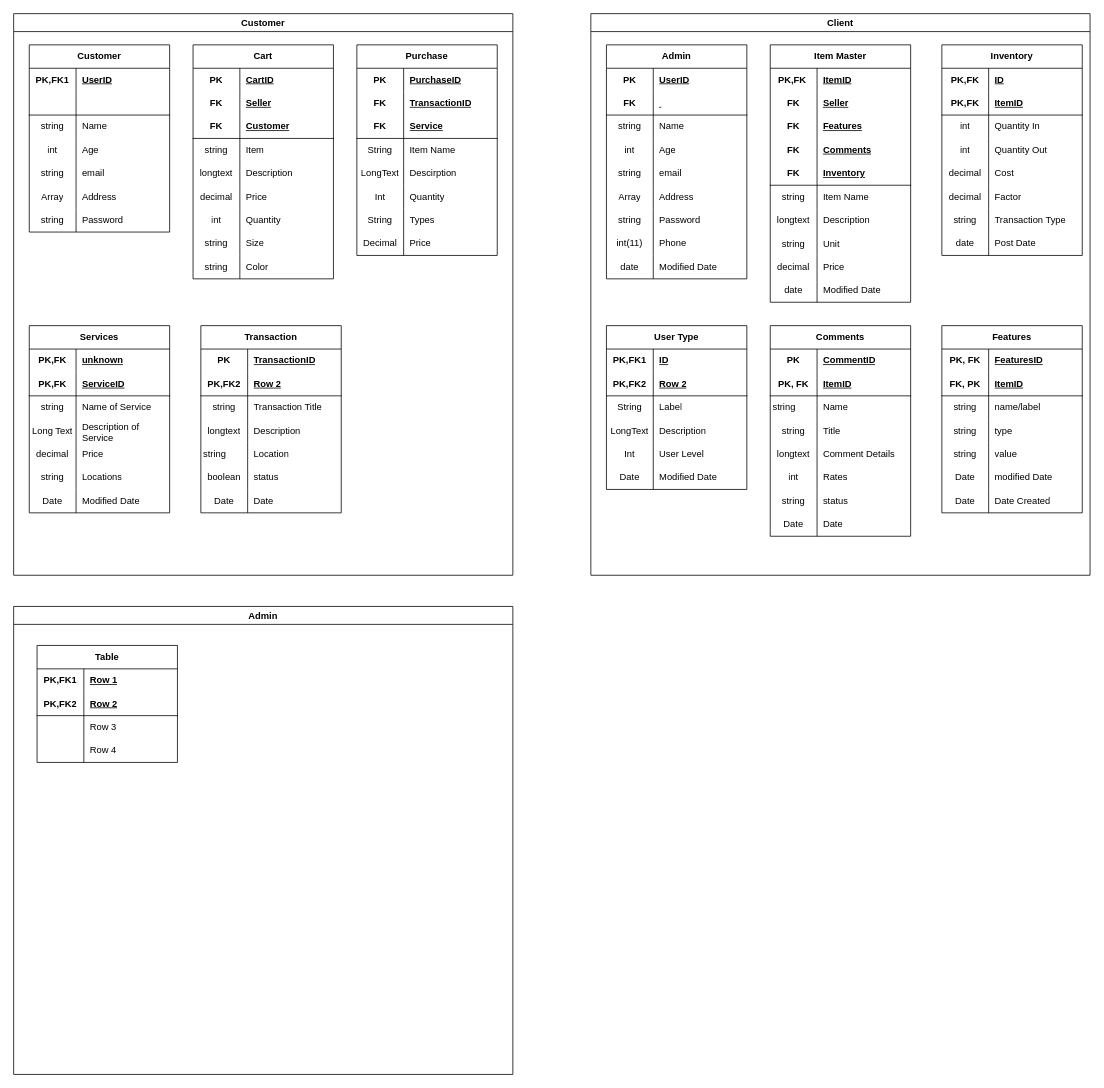
Above: Untitled Diagram.drawio in clydeaaron/ERD (draw.io), before the change. Source tidied: cells renumbered, new cells numbered last; positions are measured from the earlier drawing's top-left corner, leaving out a move shared by most shapes. Both pictures are drawn from the tidied source at 78%, with x=0, y=0 at pixel (13, 13).
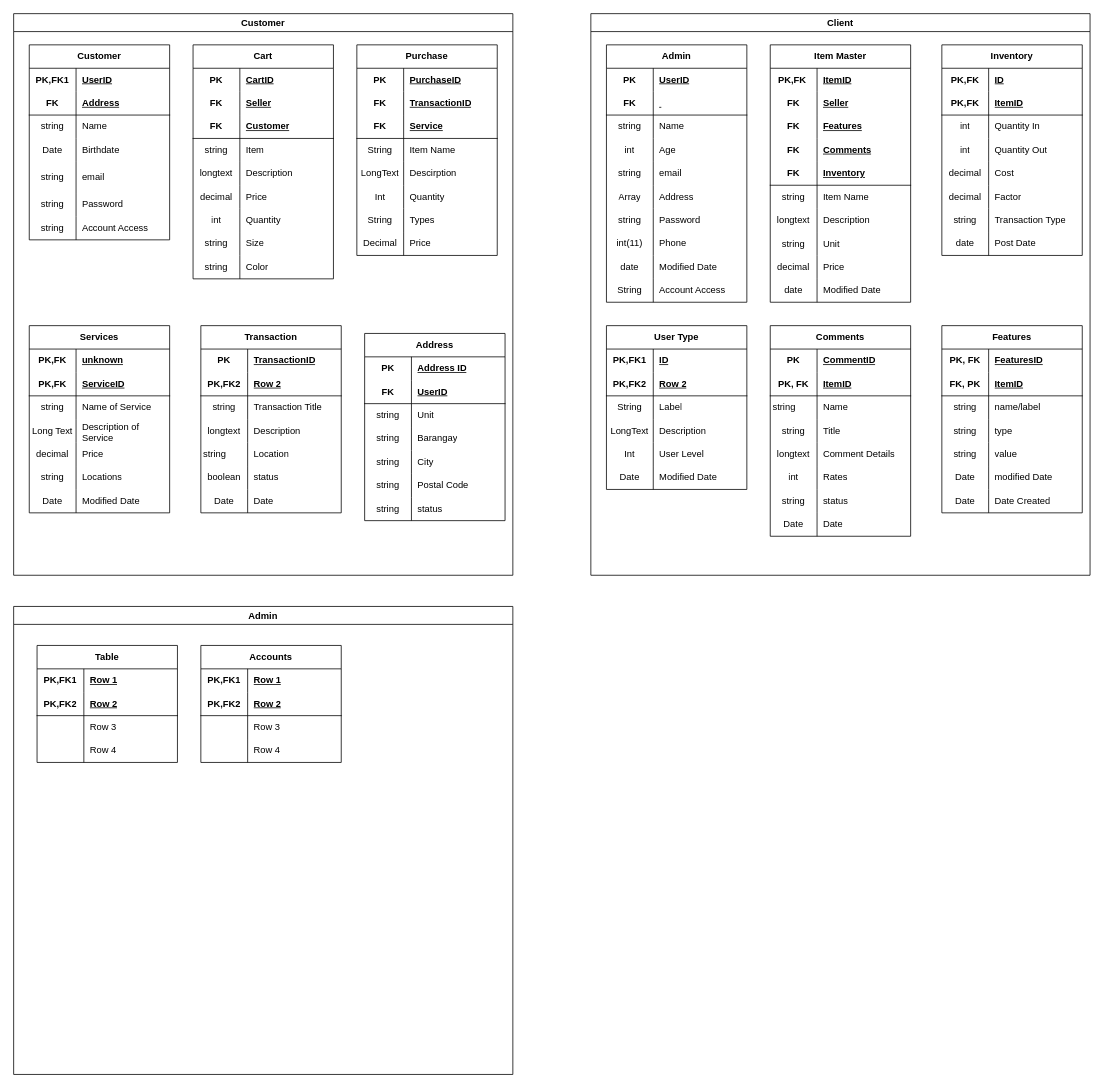
After the change.

Commit message:
Citrus ERD

Unchanged cells that the change refers to:
```xml
<mxCell id="2" value="Customer" style="swimlane;whiteSpace=wrap;html=1;fillColor=#FFFFFF;" parent="1" vertex="1">
  <mxGeometry width="640" height="720" as="geometry" />
</mxCell>
<mxCell id="7" style="shape=tableRow;horizontal=0;startSize=0;swimlaneHead=0;swimlaneBody=0;fillColor=none;top=0;left=0;right=0;bottom=1;html=1;" parent="3" vertex="1">
  <mxGeometry y="60" width="180" height="30" as="geometry" />
</mxCell>
<mxCell id="13" style="shape=tableRow;horizontal=0;startSize=0;swimlaneHead=0;swimlaneBody=0;fillColor=none;top=0;left=0;right=0;bottom=0;html=1;" parent="3" vertex="1">
  <mxGeometry y="120" width="180" height="30" as="geometry" />
</mxCell>
<mxCell id="122" value="Client" style="swimlane;whiteSpace=wrap;html=1;fillColor=#FFFFFF;" parent="1" vertex="1">
  <mxGeometry x="740" width="640" height="720" as="geometry" />
</mxCell>
<mxCell id="273" value="Admin" style="swimlane;whiteSpace=wrap;html=1;" parent="1" vertex="1">
  <mxGeometry y="760" width="640" height="600" as="geometry" />
</mxCell>
```

What changed in the source:
```diff
@@
     <mxCell id="3" value="Customer" style="shape=table;startSize=30;childLayout=tableLayout;rowLines=0;fontStyle=1;align=center;html=1;whiteSpace=wrap;" parent="2" vertex="1">
-      <mxGeometry x="20" y="40" width="180" height="240" as="geometry" />
+      <mxGeometry x="20" y="40" width="180" height="250" as="geometry" />
     </mxCell>
@@
-    <mxCell id="8" style="shape=partialRectangle;fillColor=none;top=0;left=0;bottom=0;right=0;fontStyle=1;overflow=hidden;html=1;whiteSpace=wrap;" parent="7" vertex="1">
+    <mxCell id="8" value="FK" style="shape=partialRectangle;fillColor=none;top=0;left=0;bottom=0;right=0;fontStyle=1;overflow=hidden;html=1;whiteSpace=wrap;" parent="7" vertex="1">
       <mxGeometry width="60" height="30" as="geometry" />
     </mxCell>
-    <mxCell id="9" style="shape=partialRectangle;fillColor=none;top=0;left=0;bottom=0;right=0;align=left;spacingLeft=6;fontStyle=5;overflow=hidden;html=1;whiteSpace=wrap;" parent="7" vertex="1">
+    <mxCell id="9" value="Address" style="shape=partialRectangle;fillColor=none;top=0;left=0;bottom=0;right=0;align=left;spacingLeft=6;fontStyle=5;overflow=hidden;html=1;whiteSpace=wrap;" parent="7" vertex="1">
       <mxGeometry x="60" width="120" height="30" as="geometry" />
     </mxCell>
@@
-    <mxCell id="14" value="int" style="shape=partialRectangle;fillColor=none;top=0;left=0;bottom=0;right=0;overflow=hidden;html=1;whiteSpace=wrap;" parent="13" vertex="1">
+    <mxCell id="14" value="Date" style="shape=partialRectangle;fillColor=none;top=0;left=0;bottom=0;right=0;overflow=hidden;html=1;whiteSpace=wrap;" parent="13" vertex="1">
       <mxGeometry width="60" height="30" as="geometry" />
     </mxCell>
-    <mxCell id="15" value="Age" style="shape=partialRectangle;fillColor=none;top=0;left=0;bottom=0;right=0;align=left;spacingLeft=6;overflow=hidden;html=1;whiteSpace=wrap;" parent="13" vertex="1">
+    <mxCell id="15" value="Birthdate" style="shape=partialRectangle;fillColor=none;top=0;left=0;bottom=0;right=0;align=left;spacingLeft=6;overflow=hidden;html=1;whiteSpace=wrap;" parent="13" vertex="1">
       <mxGeometry x="60" width="120" height="30" as="geometry" />
     </mxCell>
     <mxCell id="16" style="shape=tableRow;horizontal=0;startSize=0;swimlaneHead=0;swimlaneBody=0;fillColor=none;top=0;left=0;right=0;bottom=0;" parent="3" vertex="1">
-      <mxGeometry y="150" width="180" height="30" as="geometry" />
+      <mxGeometry y="150" width="180" height="40" as="geometry" />
     </mxCell>
     <mxCell id="17" value="string" style="shape=partialRectangle;fillColor=none;top=0;left=0;bottom=0;right=0;fontStyle=0;overflow=hidden;whiteSpace=wrap;html=1;" parent="16" vertex="1">
-      <mxGeometry width="60" height="30" as="geometry" />
+      <mxGeometry width="60" height="40" as="geometry" />
     </mxCell>
     <mxCell id="18" value="email" style="shape=partialRectangle;fillColor=none;top=0;left=0;bottom=0;right=0;align=left;spacingLeft=6;fontStyle=0;overflow=hidden;whiteSpace=wrap;html=1;" parent="16" vertex="1">
-      <mxGeometry x="60" width="120" height="30" as="geometry" />
+      <mxGeometry x="60" width="120" height="40" as="geometry" />
     </mxCell>
     <mxCell id="19" style="shape=tableRow;horizontal=0;startSize=0;swimlaneHead=0;swimlaneBody=0;fillColor=none;top=0;left=0;right=0;bottom=0;" parent="3" vertex="1">
-      <mxGeometry y="180" width="180" height="30" as="geometry" />
+      <mxGeometry y="190" width="180" height="30" as="geometry" />
     </mxCell>
-    <mxCell id="20" value="Array" style="shape=partialRectangle;fillColor=none;top=0;left=0;bottom=0;right=0;fontStyle=0;overflow=hidden;whiteSpace=wrap;html=1;" parent="19" vertex="1">
+    <mxCell id="20" value="string" style="shape=partialRectangle;fillColor=none;top=0;left=0;bottom=0;right=0;fontStyle=0;overflow=hidden;whiteSpace=wrap;html=1;" parent="19" vertex="1">
       <mxGeometry width="60" height="30" as="geometry" />
     </mxCell>
-    <mxCell id="21" value="Address" style="shape=partialRectangle;fillColor=none;top=0;left=0;bottom=0;right=0;align=left;spacingLeft=6;fontStyle=0;overflow=hidden;whiteSpace=wrap;html=1;" parent="19" vertex="1">
+    <mxCell id="21" value="Password" style="shape=partialRectangle;fillColor=none;top=0;left=0;bottom=0;right=0;align=left;spacingLeft=6;fontStyle=0;overflow=hidden;whiteSpace=wrap;html=1;" parent="19" vertex="1">
       <mxGeometry x="60" width="120" height="30" as="geometry" />
     </mxCell>
     <mxCell id="22" style="shape=tableRow;horizontal=0;startSize=0;swimlaneHead=0;swimlaneBody=0;fillColor=none;top=0;left=0;right=0;bottom=0;" parent="3" vertex="1">
-      <mxGeometry y="210" width="180" height="30" as="geometry" />
+      <mxGeometry y="220" width="180" height="30" as="geometry" />
     </mxCell>
@@
-    <mxCell id="24" value="Password" style="shape=partialRectangle;fillColor=none;top=0;left=0;bottom=0;right=0;align=left;spacingLeft=6;fontStyle=0;overflow=hidden;whiteSpace=wrap;html=1;" parent="22" vertex="1">
+    <mxCell id="24" value="Account Access" style="shape=partialRectangle;fillColor=none;top=0;left=0;bottom=0;right=0;align=left;spacingLeft=6;fontStyle=0;overflow=hidden;whiteSpace=wrap;html=1;" parent="22" vertex="1">
       <mxGeometry x="60" width="120" height="30" as="geometry" />
     </mxCell>
@@
+    <mxCell id="287" value="Address" style="shape=table;startSize=30;childLayout=tableLayout;rowLines=0;fontStyle=1;align=center;html=1;whiteSpace=wrap;" parent="2" vertex="1">
+      <mxGeometry x="450" y="410" width="180" height="240" as="geometry" />
+    </mxCell>
+    <mxCell id="288" style="shape=tableRow;horizontal=0;startSize=0;swimlaneHead=0;swimlaneBody=0;fillColor=none;top=0;left=0;right=0;bottom=0;html=1;" parent="287" vertex="1">
+      <mxGeometry y="30" width="180" height="30" as="geometry" />
+    </mxCell>
+    <mxCell id="289" value="PK" style="shape=partialRectangle;fillColor=none;top=0;left=0;bottom=0;right=0;fontStyle=1;overflow=hidden;html=1;whiteSpace=wrap;" parent="288" vertex="1">
+      <mxGeometry width="60" height="30" as="geometry" />
+    </mxCell>
+    <mxCell id="290" value="Address ID" style="shape=partialRectangle;fillColor=none;top=0;left=0;bottom=0;right=0;align=left;spacingLeft=6;fontStyle=5;overflow=hidden;html=1;whiteSpace=wrap;" parent="288" vertex="1">
+      <mxGeometry x="60" width="120" height="30" as="geometry" />
+    </mxCell>
+    <mxCell id="291" style="shape=tableRow;horizontal=0;startSize=0;swimlaneHead=0;swimlaneBody=0;fillColor=none;top=0;left=0;right=0;bottom=1;html=1;" parent="287" vertex="1">
+      <mxGeometry y="60" width="180" height="30" as="geometry" />
+    </mxCell>
+    <mxCell id="292" value="FK" style="shape=partialRectangle;fillColor=none;top=0;left=0;bottom=0;right=0;fontStyle=1;overflow=hidden;html=1;whiteSpace=wrap;" parent="291" vertex="1">
+      <mxGeometry width="60" height="30" as="geometry" />
+    </mxCell>
+    <mxCell id="293" value="UserID" style="shape=partialRectangle;fillColor=none;top=0;left=0;bottom=0;right=0;align=left;spacingLeft=6;fontStyle=5;overflow=hidden;html=1;whiteSpace=wrap;" parent="291" vertex="1">
+      <mxGeometry x="60" width="120" height="30" as="geometry" />
+    </mxCell>
+    <mxCell id="294" style="shape=tableRow;horizontal=0;startSize=0;swimlaneHead=0;swimlaneBody=0;fillColor=none;top=0;left=0;right=0;bottom=0;html=1;" parent="287" vertex="1">
+      <mxGeometry y="90" width="180" height="30" as="geometry" />
+    </mxCell>
+    <mxCell id="295" value="string" style="shape=partialRectangle;fillColor=none;top=0;left=0;bottom=0;right=0;overflow=hidden;html=1;whiteSpace=wrap;" parent="294" vertex="1">
+      <mxGeometry width="60" height="30" as="geometry" />
+    </mxCell>
+    <mxCell id="296" value="Unit" style="shape=partialRectangle;fillColor=none;top=0;left=0;bottom=0;right=0;align=left;spacingLeft=6;overflow=hidden;html=1;whiteSpace=wrap;" parent="294" vertex="1">
+      <mxGeometry x="60" width="120" height="30" as="geometry" />
+    </mxCell>
+    <mxCell id="297" style="shape=tableRow;horizontal=0;startSize=0;swimlaneHead=0;swimlaneBody=0;fillColor=none;top=0;left=0;right=0;bottom=0;html=1;" parent="287" vertex="1">
+      <mxGeometry y="120" width="180" height="30" as="geometry" />
+    </mxCell>
+    <mxCell id="298" value="string" style="shape=partialRectangle;fillColor=none;top=0;left=0;bottom=0;right=0;overflow=hidden;html=1;whiteSpace=wrap;" parent="297" vertex="1">
+      <mxGeometry width="60" height="30" as="geometry" />
+    </mxCell>
+    <mxCell id="299" value="Barangay" style="shape=partialRectangle;fillColor=none;top=0;left=0;bottom=0;right=0;align=left;spacingLeft=6;overflow=hidden;html=1;whiteSpace=wrap;" parent="297" vertex="1">
+      <mxGeometry x="60" width="120" height="30" as="geometry" />
+    </mxCell>
+    <mxCell id="300" style="shape=tableRow;horizontal=0;startSize=0;swimlaneHead=0;swimlaneBody=0;fillColor=none;top=0;left=0;right=0;bottom=0;" parent="287" vertex="1">
+      <mxGeometry y="150" width="180" height="30" as="geometry" />
+    </mxCell>
+    <mxCell id="301" value="string" style="shape=partialRectangle;fillColor=none;top=0;left=0;bottom=0;right=0;fontStyle=0;overflow=hidden;whiteSpace=wrap;html=1;" parent="300" vertex="1">
+      <mxGeometry width="60" height="30" as="geometry" />
+    </mxCell>
+    <mxCell id="302" value="City" style="shape=partialRectangle;fillColor=none;top=0;left=0;bottom=0;right=0;align=left;spacingLeft=6;fontStyle=0;overflow=hidden;whiteSpace=wrap;html=1;" parent="300" vertex="1">
+      <mxGeometry x="60" width="120" height="30" as="geometry" />
+    </mxCell>
+    <mxCell id="303" style="shape=tableRow;horizontal=0;startSize=0;swimlaneHead=0;swimlaneBody=0;fillColor=none;top=0;left=0;right=0;bottom=0;" parent="287" vertex="1">
+      <mxGeometry y="180" width="180" height="30" as="geometry" />
+    </mxCell>
+    <mxCell id="304" value="string" style="shape=partialRectangle;fillColor=none;top=0;left=0;bottom=0;right=0;fontStyle=0;overflow=hidden;whiteSpace=wrap;html=1;" parent="303" vertex="1">
+      <mxGeometry width="60" height="30" as="geometry" />
+    </mxCell>
+    <mxCell id="305" value="Postal Code" style="shape=partialRectangle;fillColor=none;top=0;left=0;bottom=0;right=0;align=left;spacingLeft=6;fontStyle=0;overflow=hidden;whiteSpace=wrap;html=1;" parent="303" vertex="1">
+      <mxGeometry x="60" width="120" height="30" as="geometry" />
+    </mxCell>
+    <mxCell id="306" style="shape=tableRow;horizontal=0;startSize=0;swimlaneHead=0;swimlaneBody=0;fillColor=none;top=0;left=0;right=0;bottom=0;" parent="287" vertex="1">
+      <mxGeometry y="210" width="180" height="30" as="geometry" />
+    </mxCell>
+    <mxCell id="307" value="string" style="shape=partialRectangle;fillColor=none;top=0;left=0;bottom=0;right=0;fontStyle=0;overflow=hidden;whiteSpace=wrap;html=1;" parent="306" vertex="1">
+      <mxGeometry width="60" height="30" as="geometry" />
+    </mxCell>
+    <mxCell id="308" value="status" style="shape=partialRectangle;fillColor=none;top=0;left=0;bottom=0;right=0;align=left;spacingLeft=6;fontStyle=0;overflow=hidden;whiteSpace=wrap;html=1;" parent="306" vertex="1">
+      <mxGeometry x="60" width="120" height="30" as="geometry" />
+    </mxCell>
@@
     <mxCell id="123" value="Admin" style="shape=table;startSize=30;childLayout=tableLayout;rowLines=0;fontStyle=1;align=center;html=1;whiteSpace=wrap;" parent="122" vertex="1">
-      <mxGeometry x="20" y="40" width="180" height="300" as="geometry" />
+      <mxGeometry x="20" y="40" width="180" height="330" as="geometry" />
     </mxCell>
@@
+    <mxCell id="309" style="shape=tableRow;horizontal=0;startSize=0;swimlaneHead=0;swimlaneBody=0;fillColor=none;top=0;left=0;right=0;bottom=0;" parent="123" vertex="1">
+      <mxGeometry y="300" width="180" height="30" as="geometry" />
+    </mxCell>
+    <mxCell id="310" value="String" style="shape=partialRectangle;fillColor=none;top=0;left=0;bottom=0;right=0;fontStyle=0;overflow=hidden;whiteSpace=wrap;html=1;" parent="309" vertex="1">
+      <mxGeometry width="60" height="30" as="geometry" />
+    </mxCell>
+    <mxCell id="311" value="Account Access" style="shape=partialRectangle;fillColor=none;top=0;left=0;bottom=0;right=0;align=left;spacingLeft=6;fontStyle=0;overflow=hidden;whiteSpace=wrap;html=1;" parent="309" vertex="1">
+      <mxGeometry x="60" width="120" height="30" as="geometry" />
+    </mxCell>
@@
+    <mxCell id="312" value="Accounts" style="shape=table;startSize=30;childLayout=tableLayout;rowLines=0;fontStyle=1;align=center;html=1;whiteSpace=wrap;" parent="273" vertex="1">
+      <mxGeometry x="240" y="50" width="180" height="150" as="geometry" />
+    </mxCell>
+    <mxCell id="313" style="shape=tableRow;horizontal=0;startSize=0;swimlaneHead=0;swimlaneBody=0;fillColor=none;top=0;left=0;right=0;bottom=0;html=1;" parent="312" vertex="1">
+      <mxGeometry y="30" width="180" height="30" as="geometry" />
+    </mxCell>
+    <mxCell id="314" value="PK,FK1" style="shape=partialRectangle;fillColor=none;top=0;left=0;bottom=0;right=0;fontStyle=1;overflow=hidden;html=1;whiteSpace=wrap;" parent="313" vertex="1">
+      <mxGeometry width="60" height="30" as="geometry" />
+    </mxCell>
+    <mxCell id="315" value="Row 1" style="shape=partialRectangle;fillColor=none;top=0;left=0;bottom=0;right=0;align=left;spacingLeft=6;fontStyle=5;overflow=hidden;html=1;whiteSpace=wrap;" parent="313" vertex="1">
+      <mxGeometry x="60" width="120" height="30" as="geometry" />
+    </mxCell>
+    <mxCell id="316" style="shape=tableRow;horizontal=0;startSize=0;swimlaneHead=0;swimlaneBody=0;fillColor=none;top=0;left=0;right=0;bottom=1;html=1;" parent="312" vertex="1">
+      <mxGeometry y="60" width="180" height="30" as="geometry" />
+    </mxCell>
+    <mxCell id="317" value="PK,FK2" style="shape=partialRectangle;fillColor=none;top=0;left=0;bottom=0;right=0;fontStyle=1;overflow=hidden;html=1;whiteSpace=wrap;" parent="316" vertex="1">
+      <mxGeometry width="60" height="30" as="geometry" />
+    </mxCell>
+    <mxCell id="318" value="Row 2" style="shape=partialRectangle;fillColor=none;top=0;left=0;bottom=0;right=0;align=left;spacingLeft=6;fontStyle=5;overflow=hidden;html=1;whiteSpace=wrap;" parent="316" vertex="1">
+      <mxGeometry x="60" width="120" height="30" as="geometry" />
+    </mxCell>
+    <mxCell id="319" style="shape=tableRow;horizontal=0;startSize=0;swimlaneHead=0;swimlaneBody=0;fillColor=none;top=0;left=0;right=0;bottom=0;html=1;" parent="312" vertex="1">
+      <mxGeometry y="90" width="180" height="30" as="geometry" />
+    </mxCell>
+    <mxCell id="320" style="shape=partialRectangle;fillColor=none;top=0;left=0;bottom=0;right=0;overflow=hidden;html=1;whiteSpace=wrap;" parent="319" vertex="1">
+      <mxGeometry width="60" height="30" as="geometry" />
+    </mxCell>
+    <mxCell id="321" value="Row 3" style="shape=partialRectangle;fillColor=none;top=0;left=0;bottom=0;right=0;align=left;spacingLeft=6;overflow=hidden;html=1;whiteSpace=wrap;" parent="319" vertex="1">
+      <mxGeometry x="60" width="120" height="30" as="geometry" />
+    </mxCell>
+    <mxCell id="322" style="shape=tableRow;horizontal=0;startSize=0;swimlaneHead=0;swimlaneBody=0;fillColor=none;top=0;left=0;right=0;bottom=0;html=1;" parent="312" vertex="1">
+      <mxGeometry y="120" width="180" height="30" as="geometry" />
+    </mxCell>
+    <mxCell id="323" style="shape=partialRectangle;fillColor=none;top=0;left=0;bottom=0;right=0;overflow=hidden;html=1;whiteSpace=wrap;" parent="322" vertex="1">
+      <mxGeometry width="60" height="30" as="geometry" />
+    </mxCell>
+    <mxCell id="324" value="Row 4" style="shape=partialRectangle;fillColor=none;top=0;left=0;bottom=0;right=0;align=left;spacingLeft=6;overflow=hidden;html=1;whiteSpace=wrap;" parent="322" vertex="1">
+      <mxGeometry x="60" width="120" height="30" as="geometry" />
+    </mxCell>
```
